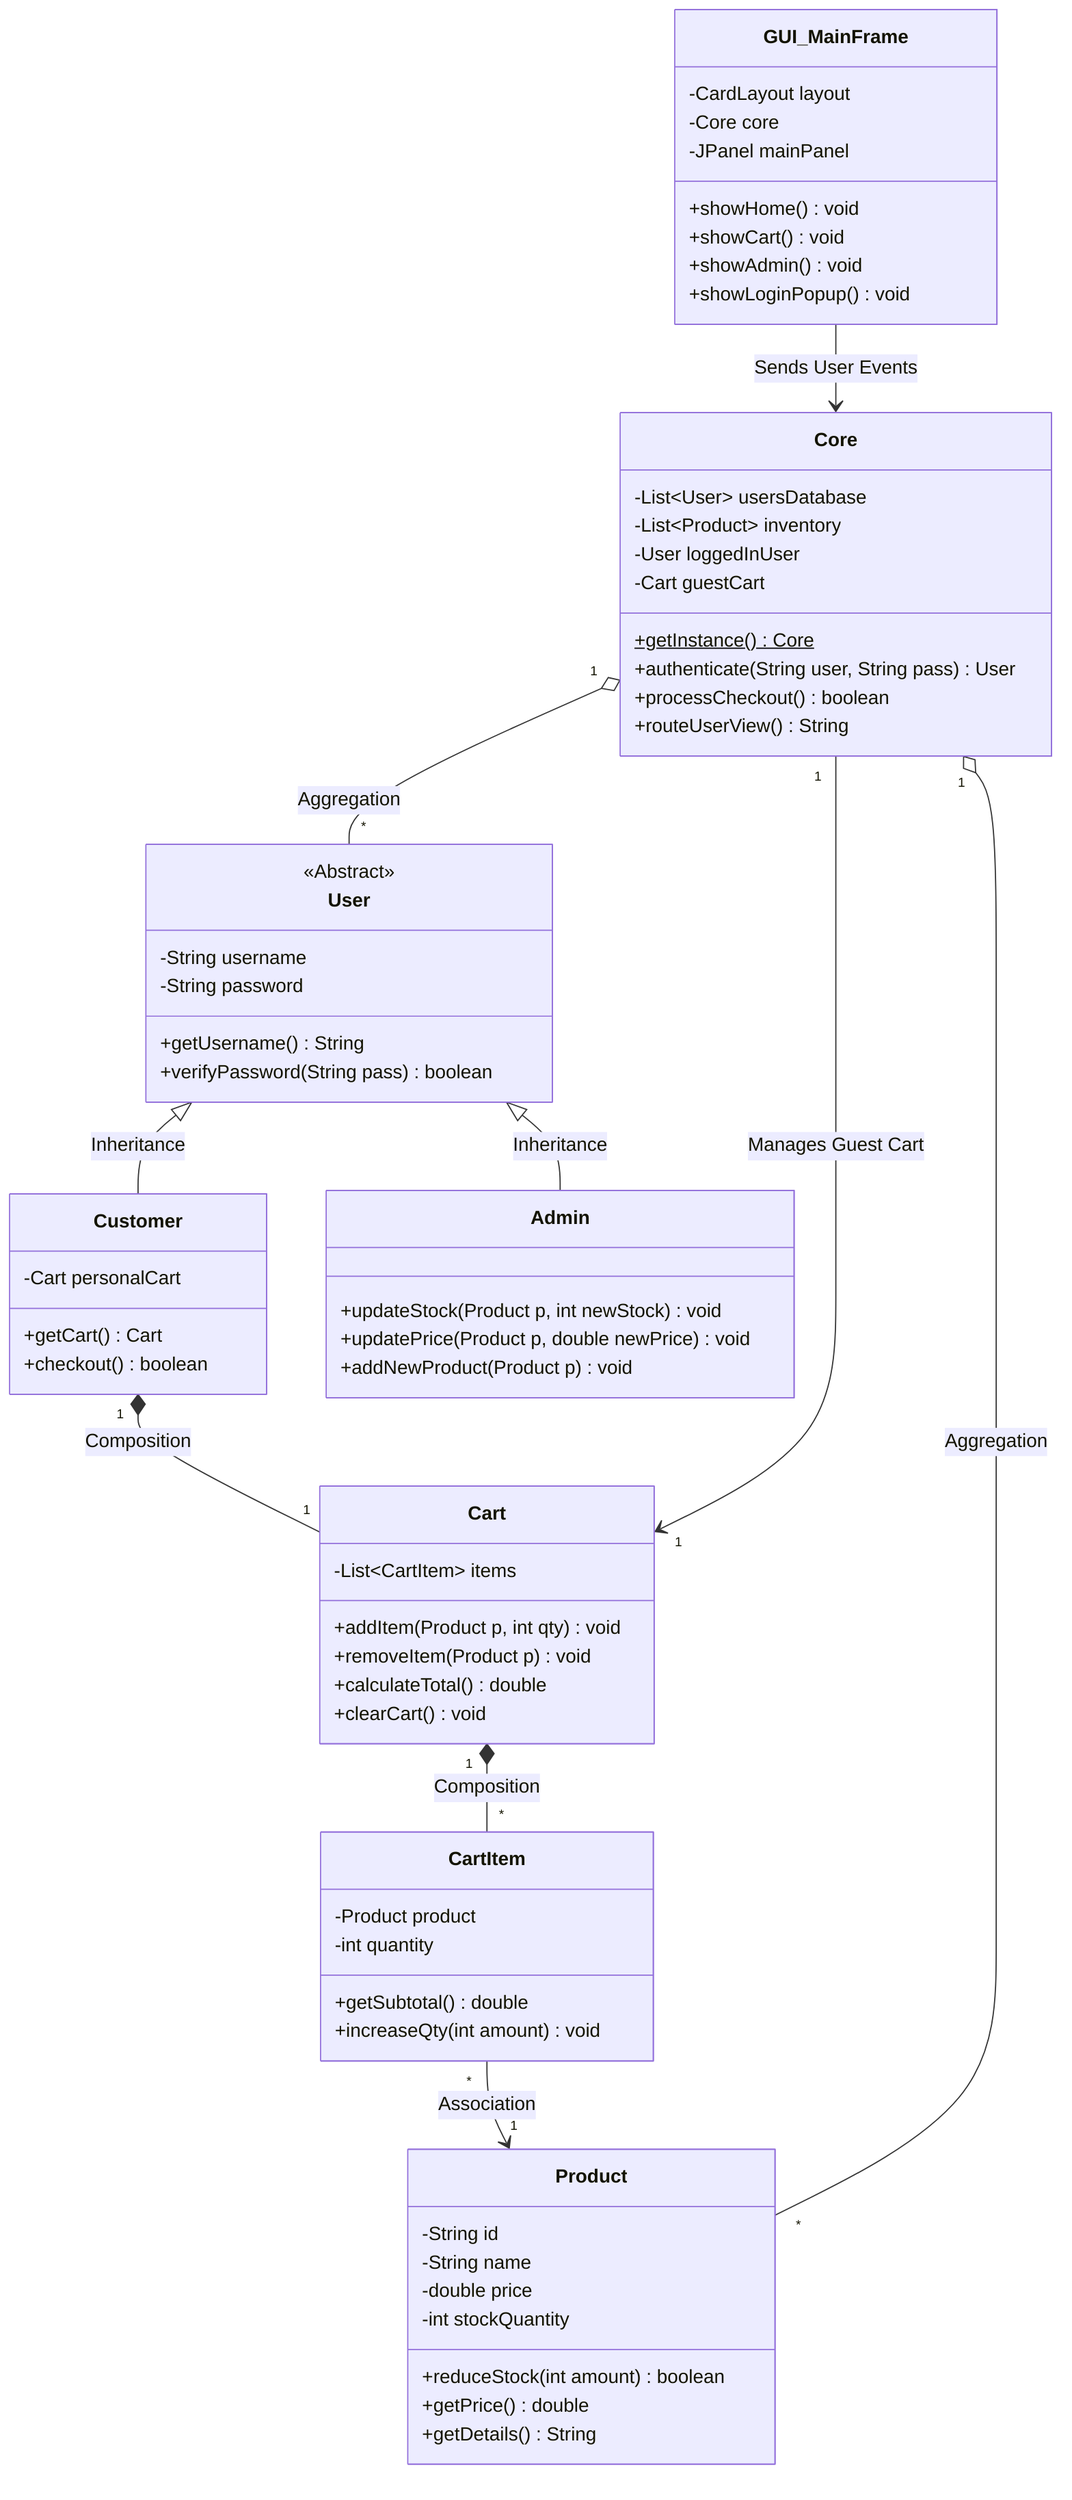
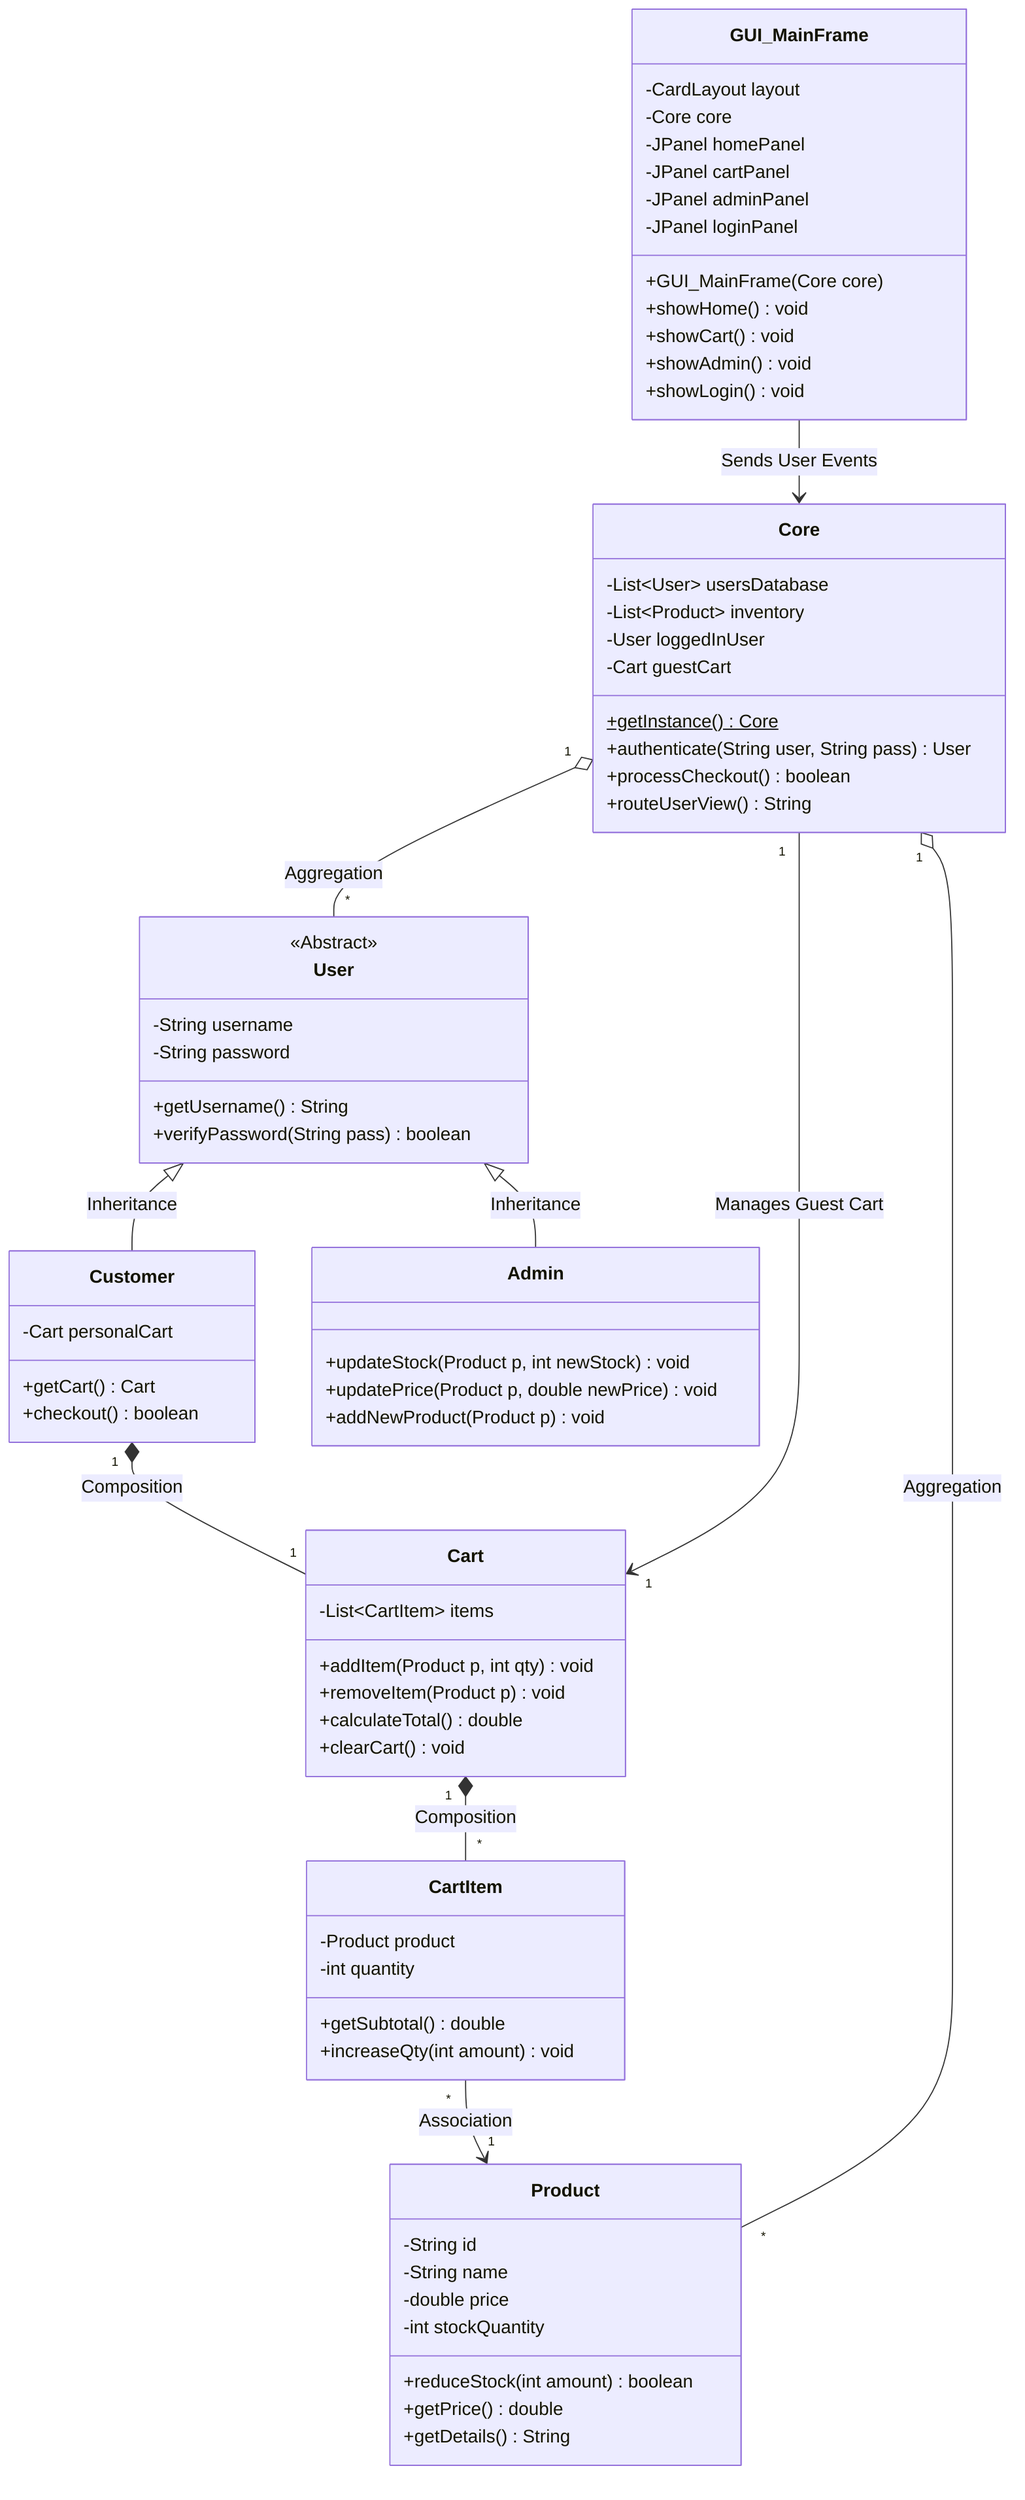
classDiagram
    %% Relationships & Connectors
    User <|-- Customer : Inheritance
    User <|-- Admin : Inheritance

    Customer "1" *-- "1" Cart : Composition
    Cart "1" *-- "*" CartItem : Composition
    CartItem "*" --> "1" Product : Association

    Core "1" o-- "*" User : Aggregation
    Core "1" o-- "*" Product : Aggregation
    Core "1" --> "1" Cart : Manages Guest Cart

    %% Base User Class
    class User {
        <<Abstract>>
        -String username
        -String password
        +getUsername() String
        +verifyPassword(String pass) boolean
    }

    %% Child Classes
    class Customer {
        -Cart personalCart
        +getCart() Cart
        +checkout() boolean
    }

    class Admin {
        +updateStock(Product p, int newStock) void
        +updatePrice(Product p, double newPrice) void
        +addNewProduct(Product p) void
    }

    %% Product & Cart Classes
    class Product {
        -String id
        -String name
        -double price
        -int stockQuantity
        +reduceStock(int amount) boolean
        +getPrice() double
        +getDetails() String
    }

    class Cart {
        -List~CartItem~ items
        +addItem(Product p, int qty) void
        +removeItem(Product p) void
        +calculateTotal() double
        +clearCart() void
    }

    class CartItem {
        -Product product
        -int quantity
        +getSubtotal() double
        +increaseQty(int amount) void
    }

    %% The Main Controller (Singleton)
    class Core {
        -List~User~ usersDatabase
        -List~Product~ inventory
        -User loggedInUser
        -Cart guestCart
        +getInstance() Core$
        +authenticate(String user, String pass) User
        +processCheckout() boolean
        +routeUserView() String
    }

    %% UI Representation (Optional in pure data UML, but helpful)
    class GUI_MainFrame {
        -CardLayout layout
        -Core core
-         -JPanel mainPanel
+         -JPanel homePanel
+         -JPanel cartPanel
+         -JPanel adminPanel
+         -JPanel loginPanel
+         +GUI_MainFrame(Core core)
        +showHome() void
        +showCart() void
        +showAdmin() void
-         +showLoginPopup() void
+         +showLogin() void
    }

    GUI_MainFrame --> Core : Sends User Events